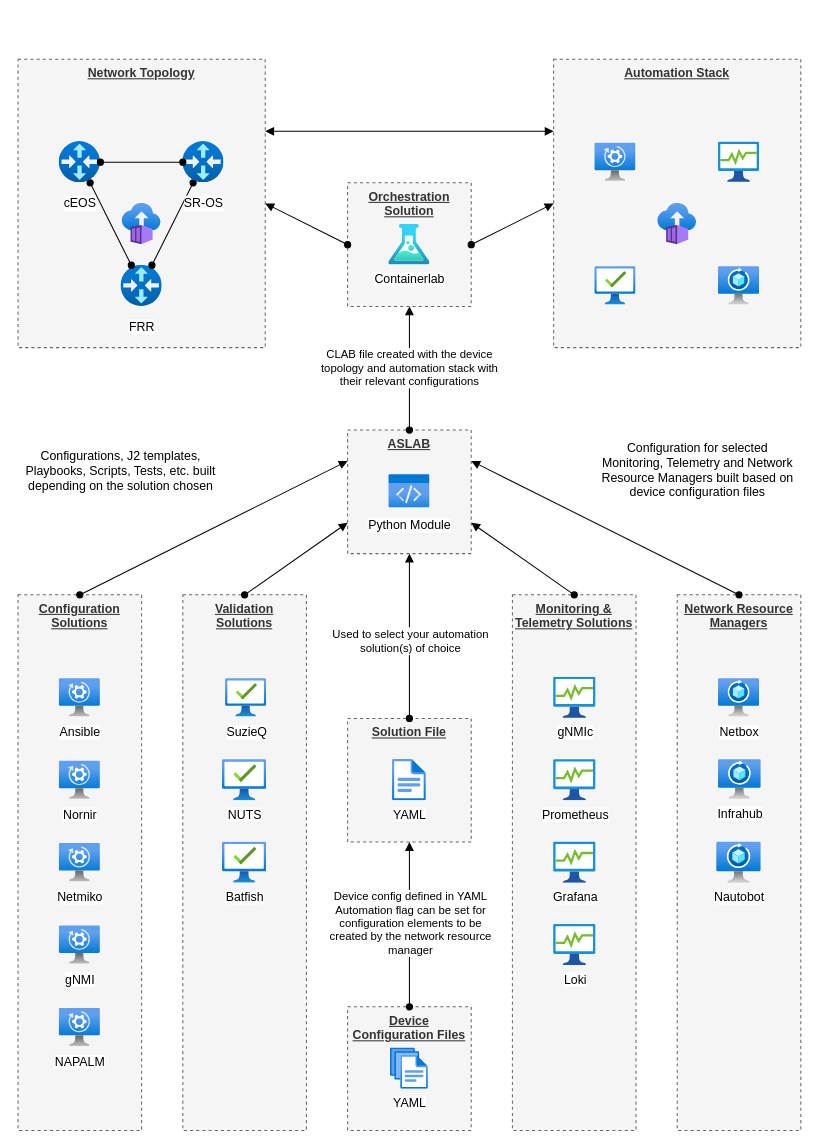
commitconfirmed/draw-io keeps this draw.io diagram as page "Overview" (2 of 2) of npa-plane.drawio. Above is the earlier version. Source tidied: cells renumbered, new cells numbered last; positions are measured from the earlier drawing's top-left corner, leaving out a move shared by most shapes. Both pictures are drawn from the tidied source at 103%, with x=0, y=0 at pixel (18, 59).
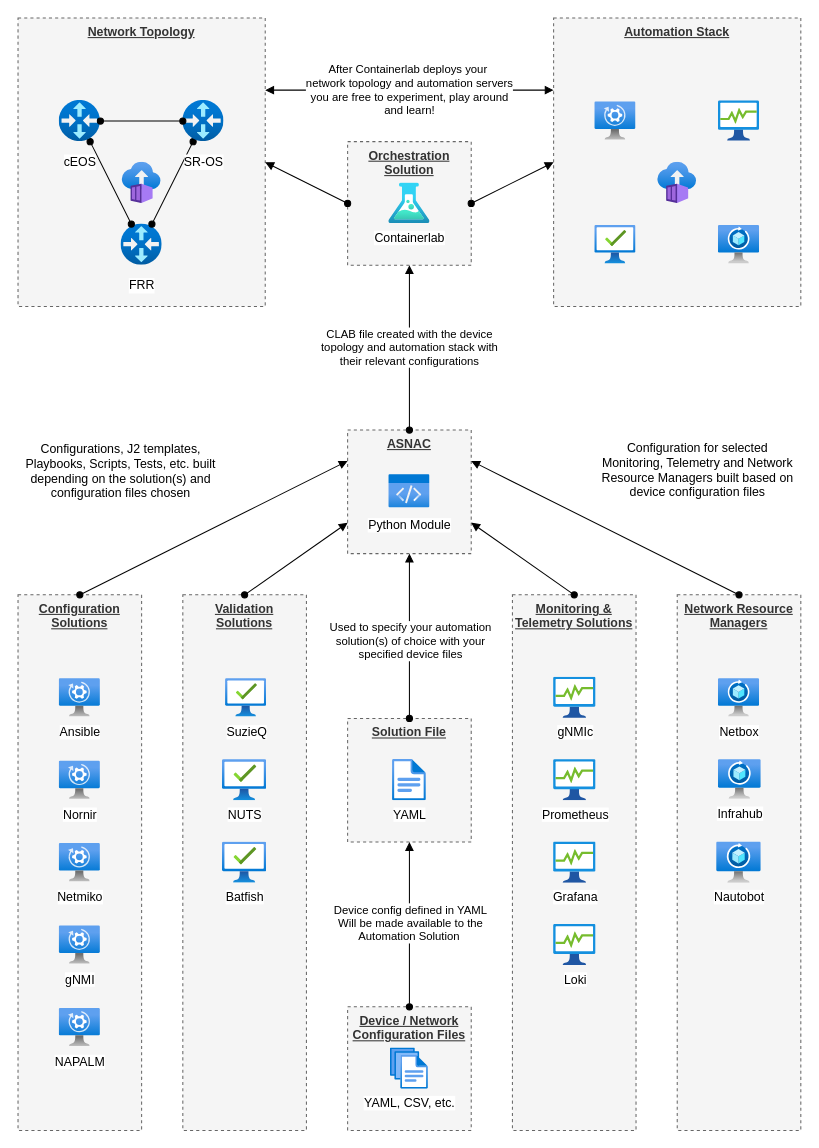
Above is the later version.

Unchanged cells that the change refers to:
```xml
<mxCell id="43" style="rounded=0;jettySize=auto;html=1;endArrow=block;endFill=1;startArrow=oval;startFill=1;exitX=0.5;exitY=0;exitDx=0;exitDy=0;entryX=0.5;entryY=1;entryDx=0;entryDy=0;" parent="1" edge="1" source="3" target="2">
  <mxGeometry relative="1" as="geometry" />
</mxCell>
<mxCell id="45" style="rounded=0;jettySize=auto;html=1;endArrow=block;endFill=1;startArrow=oval;startFill=1;exitX=0.5;exitY=0;exitDx=0;exitDy=0;entryX=0.5;entryY=1;entryDx=0;entryDy=0;" parent="1" edge="1" source="2" target="5">
  <mxGeometry relative="1" as="geometry" />
</mxCell>
```

Change to the diagram source:
```diff
@@
-    <mxCell id="3" value="&lt;b&gt;&lt;u&gt;Device Configuration Files&lt;/u&gt;&lt;/b&gt;" style="rounded=0;whiteSpace=wrap;html=1;dashed=1;fillColor=#f5f5f5;strokeColor=#666666;fontColor=#333333;labelPosition=center;verticalLabelPosition=middle;align=center;verticalAlign=top;spacingTop=0;spacing=2;" parent="1" vertex="1">
+    <mxCell id="3" value="&lt;b&gt;&lt;u&gt;Device / Network Configuration Files&lt;/u&gt;&lt;/b&gt;" style="rounded=0;whiteSpace=wrap;html=1;dashed=1;fillColor=#f5f5f5;strokeColor=#666666;fontColor=#333333;labelPosition=center;verticalLabelPosition=middle;align=center;verticalAlign=top;spacingTop=0;spacing=2;" parent="1" vertex="1">
       <mxGeometry x="320" y="920" width="120" height="120" as="geometry" />
     </mxCell>
-    <mxCell id="4" value="YAML" style="image;html=1;align=center;fontSize=12;image=img/lib/azure2/general/Files.svg;" parent="1" vertex="1">
+    <mxCell id="4" value="YAML, CSV, etc." style="image;html=1;align=center;fontSize=12;image=img/lib/azure2/general/Files.svg;" parent="1" vertex="1">
       <mxGeometry x="360" y="960" width="40" height="40" as="geometry" />
     </mxCell>
-    <mxCell id="5" value="&lt;b&gt;&lt;u&gt;ASLAB&lt;/u&gt;&lt;/b&gt;" style="rounded=0;whiteSpace=wrap;html=1;dashed=1;fillColor=#f5f5f5;strokeColor=#666666;fontColor=#333333;labelPosition=center;verticalLabelPosition=middle;align=center;verticalAlign=top;spacingTop=0;" parent="1" vertex="1">
+    <mxCell id="5" value="&lt;b&gt;&lt;u&gt;ASNAC&lt;/u&gt;&lt;/b&gt;" style="rounded=0;whiteSpace=wrap;html=1;dashed=1;fillColor=#f5f5f5;strokeColor=#666666;fontColor=#333333;labelPosition=center;verticalLabelPosition=middle;align=center;verticalAlign=top;spacingTop=0;" parent="1" vertex="1">
       <mxGeometry x="320" y="360" width="120" height="120" as="geometry" />
     </mxCell>
@@
     <mxCell id="17" value="&lt;b&gt;&lt;u&gt;Orchestration Solution&lt;/u&gt;&lt;/b&gt;" style="rounded=0;whiteSpace=wrap;html=1;dashed=1;fillColor=#f5f5f5;strokeColor=#666666;fontColor=#333333;labelPosition=center;verticalLabelPosition=middle;align=center;verticalAlign=top;spacingTop=0;" parent="1" vertex="1">
-      <mxGeometry x="320" y="120" width="120" height="120" as="geometry" />
+      <mxGeometry x="320" y="80" width="120" height="120" as="geometry" />
     </mxCell>
     <mxCell id="18" value="Containerlab" style="image;html=1;align=center;fontSize=12;image=img/lib/azure2/general/Load_Test.svg;" parent="1" vertex="1">
-      <mxGeometry x="360" y="160" width="40" height="40" as="geometry" />
+      <mxGeometry x="360" y="120" width="40" height="40" as="geometry" />
     </mxCell>
     <mxCell id="19" value="&lt;b&gt;&lt;u&gt;Network Topology&lt;/u&gt;&lt;/b&gt;" style="rounded=0;whiteSpace=wrap;html=1;dashed=1;fillColor=#f5f5f5;strokeColor=#666666;fontColor=#333333;labelPosition=center;verticalLabelPosition=middle;align=center;verticalAlign=top;spacingTop=0;" parent="1" vertex="1">
-      <mxGeometry width="240" height="280" as="geometry" />
+      <mxGeometry y="-40" width="240" height="280" as="geometry" />
     </mxCell>
     <mxCell id="20" value="&lt;b&gt;&lt;u&gt;Automation Stack&lt;/u&gt;&lt;/b&gt;" style="rounded=0;whiteSpace=wrap;html=1;dashed=1;fillColor=#f5f5f5;strokeColor=#666666;fontColor=#333333;labelPosition=center;verticalLabelPosition=middle;align=center;verticalAlign=top;spacingTop=0;" parent="1" vertex="1">
-      <mxGeometry x="520" width="240" height="280" as="geometry" />
+      <mxGeometry x="520" y="-40" width="240" height="280" as="geometry" />
     </mxCell>
     <mxCell id="21" value="FRR" style="image;html=1;points=[];align=center;fontSize=12;image=img/lib/azure2/networking/Virtual_Router.svg;verticalAlign=middle;" parent="1" vertex="1">
-      <mxGeometry x="100" y="200" width="40" height="40" as="geometry" />
+      <mxGeometry x="100" y="160" width="40" height="40" as="geometry" />
     </mxCell>
@@
     <mxCell id="24" value="SR-OS" style="image;html=1;points=[];align=center;fontSize=12;image=img/lib/azure2/networking/Virtual_Router.svg;verticalAlign=middle;" parent="1" vertex="1">
-      <mxGeometry x="160" y="80" width="40" height="40" as="geometry" />
+      <mxGeometry x="160" y="40" width="40" height="40" as="geometry" />
     </mxCell>
     <mxCell id="25" value="cEOS" style="image;html=1;points=[];align=center;fontSize=12;image=img/lib/azure2/networking/Virtual_Router.svg;verticalAlign=middle;" parent="1" vertex="1">
-      <mxGeometry x="40" y="80" width="40" height="40" as="geometry" />
+      <mxGeometry x="40" y="40" width="40" height="40" as="geometry" />
     </mxCell>
@@
     <mxCell id="27" style="image;html=1;align=center;fontSize=12;image=img/lib/azure2/compute/Automanaged_VM.svg;" parent="1" vertex="1">
-      <mxGeometry x="560" y="80" width="40" height="40" as="geometry" />
+      <mxGeometry x="560" y="40" width="40" height="40" as="geometry" />
     </mxCell>
     <mxCell id="28" style="image;html=1;align=center;fontSize=12;image=img/lib/azure2/management_governance/Managed_Desktop.svg;" parent="1" vertex="1">
-      <mxGeometry x="560" y="200" width="40" height="40" as="geometry" />
+      <mxGeometry x="560" y="160" width="40" height="40" as="geometry" />
     </mxCell>
@@
     <mxCell id="33" style="image;html=1;align=center;fontSize=12;image=img/lib/azure2/general/Process_Explorer.svg;" parent="1" vertex="1">
-      <mxGeometry x="680" y="80" width="40" height="40" as="geometry" />
+      <mxGeometry x="680" y="40" width="40" height="40" as="geometry" />
     </mxCell>
     <mxCell id="34" style="image;html=1;align=center;fontSize=12;image=img/lib/azure2/networking/Spot_VM.svg;" parent="1" vertex="1">
-      <mxGeometry x="680" y="200" width="40" height="40" as="geometry" />
+      <mxGeometry x="680" y="160" width="40" height="40" as="geometry" />
     </mxCell>
@@
     <mxCell id="37" style="image;html=1;align=center;fontSize=12;image=img/lib/azure2/containers/Container_Instances.svg;" parent="1" vertex="1">
-      <mxGeometry x="100" y="140" width="40" height="40" as="geometry" />
+      <mxGeometry x="100" y="100" width="40" height="40" as="geometry" />
     </mxCell>
     <mxCell id="38" style="image;html=1;align=center;fontSize=12;image=img/lib/azure2/containers/Container_Instances.svg;" parent="1" vertex="1">
-      <mxGeometry x="620" y="140" width="40" height="40" as="geometry" />
+      <mxGeometry x="620" y="100" width="40" height="40" as="geometry" />
     </mxCell>
@@
-    <mxCell id="44" value="Device config defined in YAML&lt;div&gt;Automation flag can be set for&lt;/div&gt;&lt;div&gt;configuration elements to be&lt;/div&gt;&lt;div&gt;created by the network resource&lt;/div&gt;&lt;div&gt;manager&lt;/div&gt;" style="edgeLabel;html=1;align=center;verticalAlign=middle;" parent="43" vertex="1">
+    <mxCell id="44" value="Device config defined in YAML&lt;div&gt;Will be made available to the&lt;/div&gt;&lt;div&gt;Automation Solution&amp;nbsp;&lt;/div&gt;" style="edgeLabel;html=1;align=center;verticalAlign=middle;" parent="43" vertex="1">
       <mxGeometry x="0.1" relative="1" as="geometry">
         <mxPoint y="6" as="offset" />
       </mxGeometry>
     </mxCell>
@@
-    <mxCell id="46" value="Used to select your automation&lt;br&gt;solution(s) of choice" style="edgeLabel;html=1;align=center;verticalAlign=middle;" parent="45" vertex="1">
+    <mxCell id="46" value="Used to specify your automation&lt;br&gt;solution(s) of choice with your&lt;div&gt;specified device files&lt;/div&gt;" style="edgeLabel;html=1;align=center;verticalAlign=middle;" parent="45" vertex="1">
       <mxGeometry x="0.2" relative="1" as="geometry">
         <mxPoint y="20" as="offset" />
       </mxGeometry>
     </mxCell>
@@
-    <mxCell id="51" value="Configurations, J2 templates, Playbooks, Scripts, Tests, etc. built depending on the solution chosen" style="text;html=1;align=center;verticalAlign=middle;whiteSpace=wrap;rounded=0;" parent="1" vertex="1">
+    <mxCell id="51" value="Configurations, J2 templates, Playbooks, Scripts, Tests, etc. built depending on the solution(s) and configuration files chosen" style="text;html=1;align=center;verticalAlign=middle;whiteSpace=wrap;rounded=0;" parent="1" vertex="1">
       <mxGeometry y="360" width="200" height="80" as="geometry" />
     </mxCell>
@@
-    <mxCell id="56" style="rounded=0;jettySize=auto;html=1;endArrow=block;endFill=1;startArrow=block;startFill=1;entryX=1;entryY=0.25;entryDx=0;entryDy=0;exitX=0;exitY=0.25;exitDx=0;exitDy=0;" parent="1" edge="1" source="20" target="19">
+    <mxCell id="56" value="&lt;div&gt;After Containerlab deploys your&amp;nbsp;&lt;/div&gt;&lt;div&gt;network topology and automation servers&lt;/div&gt;&lt;div&gt;you are free to experiment, play around&lt;/div&gt;&lt;div&gt;and learn!&lt;/div&gt;" style="rounded=0;jettySize=auto;html=1;endArrow=block;endFill=1;startArrow=block;startFill=1;entryX=1;entryY=0.25;entryDx=0;entryDy=0;exitX=0;exitY=0.25;exitDx=0;exitDy=0;" parent="1" edge="1" source="20" target="19">
       <mxGeometry relative="1" as="geometry" />
     </mxCell>
```
